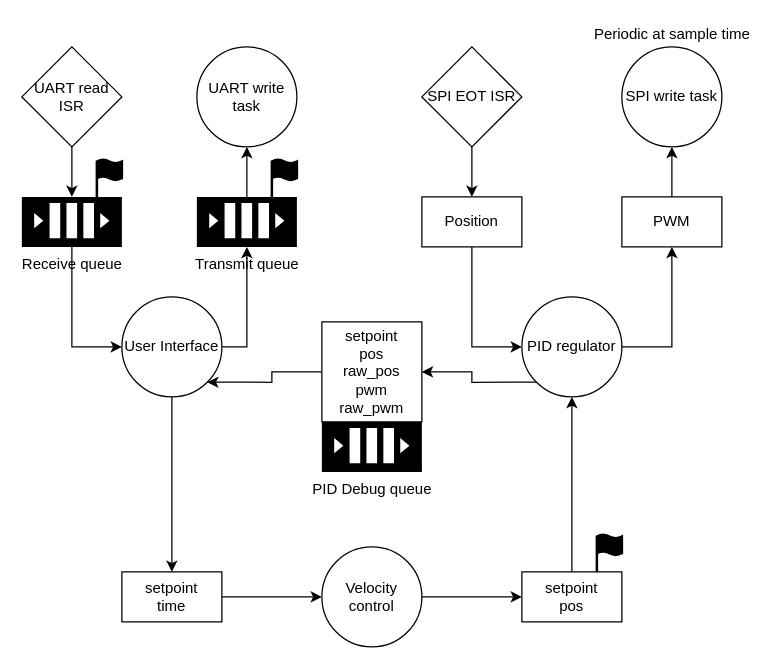
Megalegomand/RB4-PRO4-Pan-Tilt keeps this draw.io diagram as tivataskdiagram.drawio. Above is the earlier version. Source tidied: cells renumbered, new cells numbered last; positions are measured from the earlier drawing's top-left corner, leaving out a move shared by most shapes. Both pictures are drawn from the tidied source at 125%, with x=0, y=0 at pixel (21, 21).
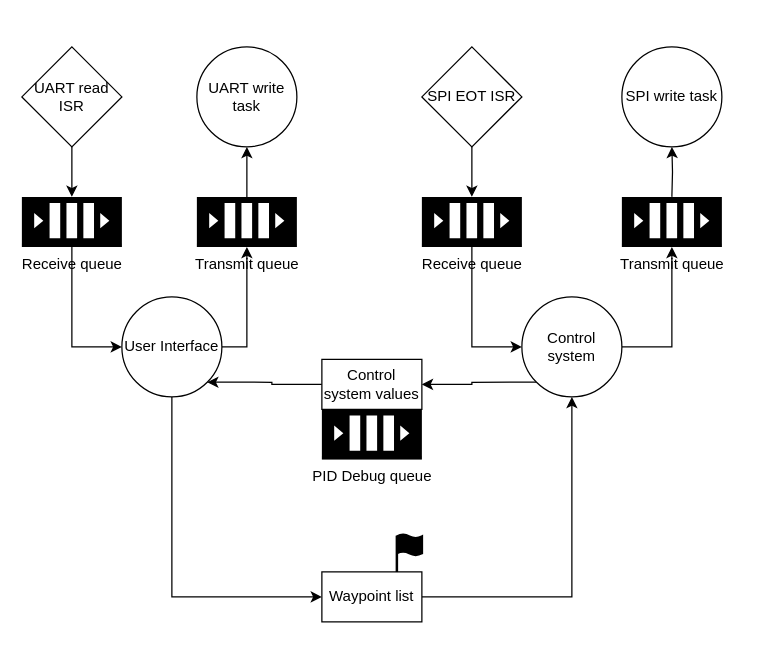
The same diagram, later.

The change refers to these unchanged cells:
```xml
<mxCell id="11" value="User Interface" style="ellipse;whiteSpace=wrap;html=1;strokeColor=#000000;fillColor=#FFFFFF;" parent="1" vertex="1">
  <mxGeometry x="80" y="220" width="80" height="80" as="geometry" />
</mxCell>
<mxCell id="16" value="SPI EOT ISR" style="rhombus;whiteSpace=wrap;html=1;strokeColor=#000000;fillColor=#FFFFFF;" parent="1" vertex="1">
  <mxGeometry x="320" y="20" width="80" height="80" as="geometry" />
</mxCell>
<mxCell id="17" value="SPI write task" style="ellipse;whiteSpace=wrap;html=1;strokeColor=#000000;fillColor=#FFFFFF;" parent="1" vertex="1">
  <mxGeometry x="480" y="20" width="80" height="80" as="geometry" />
</mxCell>
```

Diff of the diagram source:
```diff
@@
-    <mxCell id="7" style="html=1;verticalLabelPosition=bottom;align=center;labelBackgroundColor=#ffffff;verticalAlign=top;strokeWidth=2;shadow=0;dashed=0;shape=mxgraph.ios7.icons.flag;fillColor=#000000;" parent="1" vertex="1">
-      <mxGeometry x="200" y="110" width="20" height="30" as="geometry" />
-    </mxCell>
-    <mxCell id="8" style="html=1;verticalLabelPosition=bottom;align=center;labelBackgroundColor=#ffffff;verticalAlign=top;strokeWidth=2;shadow=0;dashed=0;shape=mxgraph.ios7.icons.flag;fillColor=#000000;" parent="1" vertex="1">
-      <mxGeometry x="60" y="110" width="20" height="30" as="geometry" />
-    </mxCell>
-    <mxCell id="9" style="edgeStyle=orthogonalEdgeStyle;rounded=0;jettySize=auto;html=1;entryX=0.5;entryY=0;entryDx=0;entryDy=0;startArrow=none;startFill=0;" parent="1" edge="1" source="11" target="28">
-      <mxGeometry relative="1" as="geometry" />
-    </mxCell>
@@
+    <mxCell id="35" style="edgeStyle=orthogonalEdgeStyle;rounded=0;jettySize=auto;html=1;entryX=0;entryY=0.5;entryDx=0;entryDy=0;" parent="1" edge="1" source="11" target="24">
+      <mxGeometry relative="1" as="geometry">
+        <Array as="points">
+          <mxPoint x="120" y="460" />
+        </Array>
+      </mxGeometry>
+    </mxCell>
@@
-    <mxCell id="12" style="edgeStyle=orthogonalEdgeStyle;rounded=0;jettySize=auto;html=1;entryX=0.5;entryY=1;entryDx=0;entryDy=0;startArrow=none;startFill=0;" parent="1" edge="1" source="14" target="21">
+    <mxCell id="12" style="edgeStyle=orthogonalEdgeStyle;rounded=0;jettySize=auto;html=1;entryX=0.5;entryY=1;entryDx=0;entryDy=0;startArrow=none;startFill=0;" parent="1" edge="1" source="14">
       <mxGeometry relative="1" as="geometry">
+        <mxPoint x="520" y="180" as="targetPoint" />
         <Array as="points">
           <mxPoint x="520" y="260" />
         </Array>
       </mxGeometry>
     </mxCell>
@@
-    <mxCell id="14" value="PID regulator" style="ellipse;whiteSpace=wrap;html=1;strokeColor=#000000;fillColor=#FFFFFF;" parent="1" vertex="1">
+    <mxCell id="14" value="Control system" style="ellipse;whiteSpace=wrap;html=1;strokeColor=#000000;fillColor=#FFFFFF;" parent="1" vertex="1">
       <mxGeometry x="400" y="220" width="80" height="80" as="geometry" />
     </mxCell>
-    <mxCell id="15" style="edgeStyle=orthogonalEdgeStyle;rounded=0;jettySize=auto;html=1;startArrow=none;startFill=0;" parent="1" edge="1" source="16" target="19">
-      <mxGeometry relative="1" as="geometry" />
+    <mxCell id="15" style="edgeStyle=orthogonalEdgeStyle;rounded=0;jettySize=auto;html=1;startArrow=none;startFill=0;" parent="1" edge="1" source="16">
+      <mxGeometry relative="1" as="geometry">
+        <mxPoint x="360" y="140" as="targetPoint" />
+      </mxGeometry>
     </mxCell>
@@
-    <mxCell id="18" style="edgeStyle=orthogonalEdgeStyle;rounded=0;jettySize=auto;html=1;entryX=0;entryY=0.5;entryDx=0;entryDy=0;startArrow=none;startFill=0;" parent="1" edge="1" source="19" target="14">
-      <mxGeometry relative="1" as="geometry" />
+    <mxCell id="18" style="edgeStyle=orthogonalEdgeStyle;rounded=0;jettySize=auto;html=1;entryX=0;entryY=0.5;entryDx=0;entryDy=0;startArrow=none;startFill=0;" parent="1" edge="1" target="14">
+      <mxGeometry relative="1" as="geometry">
+        <mxPoint x="360" y="180" as="sourcePoint" />
+        <Array as="points">
+          <mxPoint x="360" y="260" />
+        </Array>
+      </mxGeometry>
     </mxCell>
-    <mxCell id="19" value="Position" style="rounded=0;whiteSpace=wrap;html=1;strokeColor=#000000;fillColor=#FFFFFF;" parent="1" vertex="1">
-      <mxGeometry x="320" y="140" width="80" height="40" as="geometry" />
-    </mxCell>
-    <mxCell id="20" style="edgeStyle=orthogonalEdgeStyle;rounded=0;jettySize=auto;html=1;entryX=0.5;entryY=1;entryDx=0;entryDy=0;startArrow=none;startFill=0;" parent="1" edge="1" source="21" target="17">
-      <mxGeometry relative="1" as="geometry" />
+    <mxCell id="20" style="edgeStyle=orthogonalEdgeStyle;rounded=0;jettySize=auto;html=1;entryX=0.5;entryY=1;entryDx=0;entryDy=0;startArrow=none;startFill=0;" parent="1" edge="1" target="17">
+      <mxGeometry relative="1" as="geometry">
+        <mxPoint x="520" y="140" as="sourcePoint" />
+      </mxGeometry>
     </mxCell>
-    <mxCell id="21" value="PWM" style="rounded=0;whiteSpace=wrap;html=1;strokeColor=#000000;fillColor=#FFFFFF;" parent="1" vertex="1">
-      <mxGeometry x="480" y="140" width="80" height="40" as="geometry" />
-    </mxCell>
-    <mxCell id="22" value="Periodic at sample time" style="text;html=1;align=center;verticalAlign=middle;" parent="1" vertex="1">
-      <mxGeometry x="450" width="140" height="20" as="geometry" />
-    </mxCell>
@@
-    <mxCell id="24" value="setpoint&lt;br&gt;pos" style="rounded=0;whiteSpace=wrap;html=1;strokeColor=#000000;fillColor=#FFFFFF;" parent="1" vertex="1">
-      <mxGeometry x="400" y="440" width="80" height="40" as="geometry" />
+    <mxCell id="24" value="Waypoint list" style="rounded=0;whiteSpace=wrap;html=1;strokeColor=#000000;fillColor=#FFFFFF;" parent="1" vertex="1">
+      <mxGeometry x="240" y="440" width="80" height="40" as="geometry" />
     </mxCell>
-    <mxCell id="25" style="edgeStyle=orthogonalEdgeStyle;rounded=0;jettySize=auto;html=1;entryX=0;entryY=0.5;entryDx=0;entryDy=0;startArrow=none;startFill=0;" parent="1" edge="1" source="26" target="24">
-      <mxGeometry relative="1" as="geometry" />
-    </mxCell>
-    <mxCell id="26" value="Velocity control" style="ellipse;whiteSpace=wrap;html=1;strokeColor=#000000;fillColor=#FFFFFF;" parent="1" vertex="1">
-      <mxGeometry x="240" y="420" width="80" height="80" as="geometry" />
-    </mxCell>
-    <mxCell id="27" style="edgeStyle=orthogonalEdgeStyle;rounded=0;jettySize=auto;html=1;entryX=0;entryY=0.5;entryDx=0;entryDy=0;startArrow=none;startFill=0;" parent="1" edge="1" source="28" target="26">
-      <mxGeometry relative="1" as="geometry" />
-    </mxCell>
-    <mxCell id="28" value="setpoint&lt;br&gt;time" style="rounded=0;whiteSpace=wrap;html=1;strokeColor=#000000;fillColor=#FFFFFF;" parent="1" vertex="1">
-      <mxGeometry x="80" y="440" width="80" height="40" as="geometry" />
-    </mxCell>
@@
-    <mxCell id="30" value="setpoint&lt;br&gt;pos&lt;br&gt;raw_pos&lt;br&gt;pwm&lt;br&gt;raw_pwm" style="rounded=0;whiteSpace=wrap;html=1;strokeColor=#000000;fillColor=#FFFFFF;" parent="1" vertex="1">
-      <mxGeometry x="240" y="240" width="80" height="80" as="geometry" />
+    <mxCell id="30" value="Control system values" style="rounded=0;whiteSpace=wrap;html=1;strokeColor=#000000;fillColor=#FFFFFF;" parent="1" vertex="1">
+      <mxGeometry x="240" y="270" width="80" height="40" as="geometry" />
     </mxCell>
     <mxCell id="31" value="PID Debug queue" style="dashed=0;verticalLabelPosition=bottom;verticalAlign=top;align=center;html=1;shape=mxgraph.aws3.queue;gradientColor=none;fillColor=#000000;" parent="1" vertex="1">
-      <mxGeometry x="240" y="320" width="80" height="40" as="geometry" />
+      <mxGeometry x="240" y="310" width="80" height="40" as="geometry" />
     </mxCell>
     <mxCell id="32" style="html=1;verticalLabelPosition=bottom;align=center;labelBackgroundColor=#ffffff;verticalAlign=top;strokeWidth=2;shadow=0;dashed=0;shape=mxgraph.ios7.icons.flag;fillColor=#000000;" parent="1" vertex="1">
-      <mxGeometry x="460" y="410" width="20" height="30" as="geometry" />
+      <mxGeometry x="300" y="410" width="20" height="30" as="geometry" />
     </mxCell>
@@
+    <mxCell id="36" value="Transmit queue" style="dashed=0;verticalLabelPosition=bottom;verticalAlign=top;align=center;html=1;shape=mxgraph.aws3.queue;gradientColor=none;fillColor=#000000;" parent="1" vertex="1">
+      <mxGeometry x="480" y="140" width="80" height="40" as="geometry" />
+    </mxCell>
+    <mxCell id="37" value="Receive queue" style="dashed=0;verticalLabelPosition=bottom;verticalAlign=top;align=center;html=1;shape=mxgraph.aws3.queue;gradientColor=none;fillColor=#000000;" parent="1" vertex="1">
+      <mxGeometry x="320" y="140" width="80" height="40" as="geometry" />
+    </mxCell>
```
